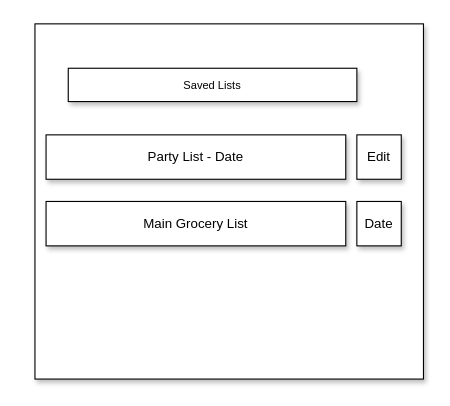
Above: page "Saved Grocery List" (4 of 4) of Planning/project.drawio in teshome28sara/Got_Milk- (draw.io), before the change. Source tidied: cells renumbered, new cells numbered last; positions are measured from the earlier drawing's top-left corner, leaving out a move shared by most shapes. Both pictures are drawn from the tidied source at 111%, with x=0, y=0 at pixel (34, 23).
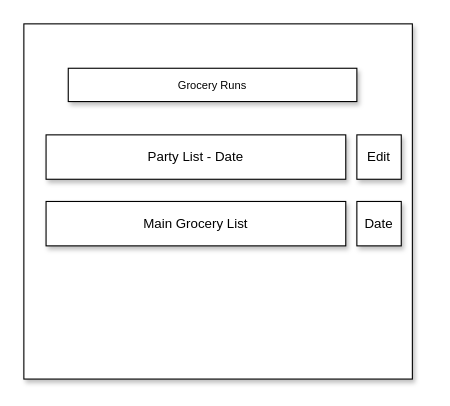
The same diagram, later.

Change to the diagram source:
```diff
@@
 <mxGraphModel>
   <root>
     <mxCell id="0" />
     <mxCell id="1" parent="0" />
     <mxCell id="2" style="rounded=0;whiteSpace=wrap;html=1;shadow=1;" parent="1" vertex="1">
-      <mxGeometry width="350" height="320" as="geometry" />
+      <mxGeometry x="-10" width="350" height="320" as="geometry" />
     </mxCell>
     <mxCell id="3" value="Party List - Date" style="rounded=0;whiteSpace=wrap;html=1;shadow=1;" parent="1" vertex="1">
       <mxGeometry x="10" y="100" width="270" height="40" as="geometry" />
     </mxCell>
     <mxCell id="4" value="Main Grocery List" style="rounded=0;whiteSpace=wrap;html=1;shadow=1;" parent="1" vertex="1">
       <mxGeometry x="10" y="160" width="270" height="40" as="geometry" />
     </mxCell>
     <mxCell id="5" value="Edit" style="whiteSpace=wrap;html=1;shadow=1;" parent="1" vertex="1">
       <mxGeometry x="290" y="100" width="40" height="40" as="geometry" />
     </mxCell>
     <mxCell id="6" value="Date" style="whiteSpace=wrap;html=1;shadow=1;" parent="1" vertex="1">
       <mxGeometry x="290" y="160" width="40" height="40" as="geometry" />
     </mxCell>
-    <mxCell id="7" value="Saved Lists" style="rounded=0;whiteSpace=wrap;html=1;shadow=1;fontSize=10;" parent="1" vertex="1">
+    <mxCell id="7" value="Grocery Runs" style="rounded=0;whiteSpace=wrap;html=1;shadow=1;fontSize=10;" parent="1" vertex="1">
       <mxGeometry x="30" y="40" width="260" height="30" as="geometry" />
     </mxCell>
   </root>
 </mxGraphModel>
```
